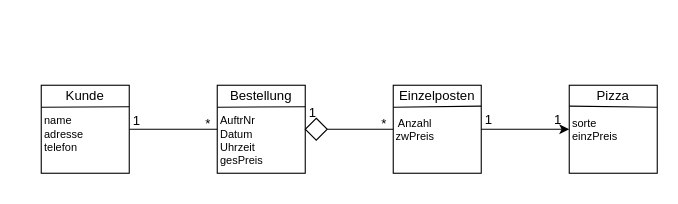
Before: Blatt1/Aufgabe1/Pizza.drawio in noscre/SoftwareEngineering19-20, a draw.io diagram. Source tidied: cells renumbered, new cells numbered last; positions are measured from the earlier drawing's top-left corner, leaving out a move shared by most shapes. Both pictures are drawn from the tidied source at 110%, with x=0, y=0 at pixel (41, 85).
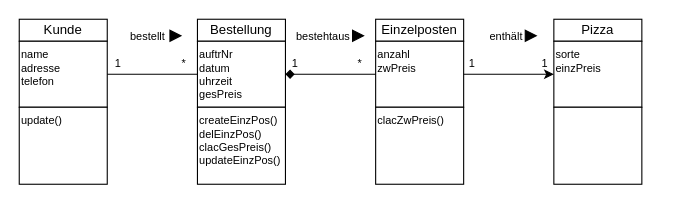
Above is the later version.

Commit message:
Update Pizza.drawio; added methods; updated associations

What changed in the source:
```diff
@@
-    <mxCell id="2" style="whiteSpace=wrap;html=1;" parent="1" vertex="1">
-      <mxGeometry x="160" width="80" height="80" as="geometry" />
-    </mxCell>
-    <mxCell id="3" style="endArrow=none;html=1;exitX=0;exitY=0.25;exitDx=0;exitDy=0;" parent="1" edge="1" source="2">
-      <mxGeometry relative="1" as="geometry">
-        <mxPoint x="240" y="19.5" as="targetPoint" />
-      </mxGeometry>
-    </mxCell>
-    <mxCell id="4" value="&lt;div align=&quot;center&quot;&gt;Bestellung&lt;/div&gt;" style="text;html=1;strokeColor=none;fillColor=none;align=center;verticalAlign=middle;whiteSpace=wrap;rounded=0;" parent="1" vertex="1">
-      <mxGeometry x="180" width="40" height="20" as="geometry" />
-    </mxCell>
-    <mxCell id="5" style="whiteSpace=wrap;html=1;" parent="1" vertex="1">
-      <mxGeometry x="320" width="80" height="80" as="geometry" />
-    </mxCell>
-    <mxCell id="6" style="endArrow=none;html=1;exitX=0;exitY=0.25;exitDx=0;exitDy=0;" parent="1" edge="1" source="5">
-      <mxGeometry relative="1" as="geometry">
-        <mxPoint x="400" y="19" as="targetPoint" />
-      </mxGeometry>
-    </mxCell>
-    <mxCell id="7" style="whiteSpace=wrap;html=1;" parent="1" vertex="1">
-      <mxGeometry x="480" width="80" height="80" as="geometry" />
-    </mxCell>
-    <mxCell id="8" style="endArrow=none;html=1;entryX=1;entryY=0.25;entryDx=0;entryDy=0;" parent="1" edge="1" target="7">
-      <mxGeometry relative="1" as="geometry">
-        <mxPoint x="480" y="19" as="sourcePoint" />
-      </mxGeometry>
-    </mxCell>
-    <mxCell id="9" value="&lt;div&gt;Einzelposten&lt;/div&gt;" style="text;html=1;strokeColor=none;fillColor=none;align=center;verticalAlign=middle;whiteSpace=wrap;rounded=0;" parent="1" vertex="1">
-      <mxGeometry x="340" width="40" height="20" as="geometry" />
-    </mxCell>
-    <mxCell id="10" value="Pizza" style="text;html=1;strokeColor=none;fillColor=none;align=center;verticalAlign=middle;whiteSpace=wrap;rounded=0;" parent="1" vertex="1">
-      <mxGeometry x="500" width="40" height="20" as="geometry" />
-    </mxCell>
-    <mxCell id="11" style="endArrow=none;html=1;" parent="1" edge="1">
-      <mxGeometry relative="1" as="geometry">
-        <mxPoint x="80" y="40" as="sourcePoint" />
-        <mxPoint x="160" y="40" as="targetPoint" />
-      </mxGeometry>
-    </mxCell>
-    <mxCell id="12" style="endArrow=none;html=1;" parent="1" edge="1">
-      <mxGeometry relative="1" as="geometry">
-        <mxPoint x="260" y="40" as="sourcePoint" />
-        <mxPoint x="320" y="40" as="targetPoint" />
-      </mxGeometry>
-    </mxCell>
-    <mxCell id="13" style="rhombus;whiteSpace=wrap;html=1;" parent="1" vertex="1">
-      <mxGeometry x="240" y="30" width="20" height="20" as="geometry" />
-    </mxCell>
-    <mxCell id="14" value="1" style="text;html=1;strokeColor=none;fillColor=none;align=center;verticalAlign=middle;whiteSpace=wrap;rounded=0;" parent="1" vertex="1">
-      <mxGeometry x="227" y="15" width="40" height="20" as="geometry" />
-    </mxCell>
-    <mxCell id="15" value="*" style="text;html=1;strokeColor=none;fillColor=none;align=center;verticalAlign=middle;whiteSpace=wrap;rounded=0;" parent="1" vertex="1">
-      <mxGeometry x="132" y="25" width="40" height="20" as="geometry" />
-    </mxCell>
-    <mxCell id="16" value="*" style="text;html=1;strokeColor=none;fillColor=none;align=center;verticalAlign=middle;whiteSpace=wrap;rounded=0;" parent="1" vertex="1">
-      <mxGeometry x="292" y="24.5" width="40" height="20" as="geometry" />
-    </mxCell>
-    <mxCell id="17" value="1" style="text;html=1;strokeColor=none;fillColor=none;align=center;verticalAlign=middle;whiteSpace=wrap;rounded=0;" parent="1" vertex="1">
-      <mxGeometry x="387" y="22" width="40" height="20" as="geometry" />
-    </mxCell>
-    <mxCell id="18" value="1" style="text;html=1;strokeColor=none;fillColor=none;align=center;verticalAlign=middle;whiteSpace=wrap;rounded=0;" parent="1" vertex="1">
-      <mxGeometry x="450" y="22" width="40" height="20" as="geometry" />
-    </mxCell>
-    <mxCell id="19" value="&lt;div&gt;AuftrNr&lt;/div&gt;&lt;div&gt;Datum&lt;/div&gt;&lt;div&gt;Uhrzeit&lt;/div&gt;&lt;div&gt;gesPreis&lt;br&gt;&lt;/div&gt;" style="text;html=1;strokeColor=none;fillColor=none;align=left;verticalAlign=top;whiteSpace=wrap;rounded=0;fontSize=10;" parent="1" vertex="1">
-      <mxGeometry x="161" y="20" width="80" height="40" as="geometry" />
-    </mxCell>
-    <mxCell id="20" value="&lt;div&gt;Anzahl&lt;/div&gt;&lt;div&gt;zwPreis&lt;br&gt;&lt;/div&gt;" style="text;html=1;strokeColor=none;fillColor=none;align=center;verticalAlign=middle;whiteSpace=wrap;rounded=0;fontSize=10;" parent="1" vertex="1">
-      <mxGeometry x="320" y="30" width="40" height="20" as="geometry" />
-    </mxCell>
-    <mxCell id="21" style="whiteSpace=wrap;html=1;" parent="1" vertex="1">
-      <mxGeometry width="80" height="80" as="geometry" />
-    </mxCell>
-    <mxCell id="22" style="endArrow=none;html=1;exitX=0;exitY=0.25;exitDx=0;exitDy=0;" parent="1" edge="1" source="21">
-      <mxGeometry relative="1" as="geometry">
-        <mxPoint x="80" y="19.5" as="targetPoint" />
-      </mxGeometry>
-    </mxCell>
-    <mxCell id="23" value="Kunde" style="text;html=1;strokeColor=none;fillColor=none;align=center;verticalAlign=middle;whiteSpace=wrap;rounded=0;" parent="1" vertex="1">
-      <mxGeometry x="20" width="40" height="20" as="geometry" />
+    <mxCell id="23" value="Kunde" style="rounded=0;whiteSpace=wrap;html=1;" parent="1" vertex="1">
+      <mxGeometry x="-20" y="-60" width="80" height="20" as="geometry" />
     </mxCell>
-    <mxCell id="24" value="&lt;div&gt;name&lt;/div&gt;&lt;div&gt;adresse&lt;/div&gt;&lt;div&gt;telefon&lt;br&gt;&lt;/div&gt;" style="text;html=1;strokeColor=none;fillColor=none;align=left;verticalAlign=top;whiteSpace=wrap;rounded=0;fontSize=10;" parent="1" vertex="1">
-      <mxGeometry x="1" y="20" width="80" height="40" as="geometry" />
+    <mxCell id="24" value="&lt;div style=&quot;font-size: 10px;&quot;&gt;name&lt;/div&gt;&lt;div style=&quot;font-size: 10px;&quot;&gt;adresse&lt;/div&gt;&lt;div style=&quot;font-size: 10px;&quot; align=&quot;left&quot;&gt;telefon&lt;br style=&quot;font-size: 10px;&quot;&gt;&lt;/div&gt;" style="rounded=0;whiteSpace=wrap;html=1;align=left;verticalAlign=top;fontSize=10;" parent="1" vertex="1">
+      <mxGeometry x="-20" y="-40" width="80" height="60" as="geometry" />
     </mxCell>
-    <mxCell id="25" value="1" style="text;html=1;strokeColor=none;fillColor=none;align=center;verticalAlign=middle;whiteSpace=wrap;rounded=0;" parent="1" vertex="1">
-      <mxGeometry x="67" y="23" width="40" height="20" as="geometry" />
-    </mxCell>
+    <mxCell id="28" value="update()" style="rounded=0;whiteSpace=wrap;html=1;fontSize=10;align=left;verticalAlign=top;" parent="1" vertex="1">
+      <mxGeometry x="-20" y="20" width="80" height="70" as="geometry" />
+    </mxCell>
+    <mxCell id="4" value="Bestellung" style="rounded=0;whiteSpace=wrap;html=1;" parent="1" vertex="1">
+      <mxGeometry x="142" y="-60" width="80" height="20" as="geometry" />
+    </mxCell>
+    <mxCell id="29" value="&lt;div style=&quot;font-size: 10px&quot;&gt;auftrNr&lt;/div&gt;&lt;div style=&quot;font-size: 10px&quot;&gt;datum&lt;/div&gt;&lt;div style=&quot;font-size: 10px&quot;&gt;uhrzeit&lt;/div&gt;&lt;div style=&quot;font-size: 10px&quot;&gt;gesPreis&lt;br style=&quot;font-size: 10px&quot;&gt;&lt;/div&gt;" style="rounded=0;whiteSpace=wrap;html=1;align=left;verticalAlign=top;fontSize=10;" parent="1" vertex="1">
+      <mxGeometry x="142" y="-40" width="80" height="60" as="geometry" />
+    </mxCell>
+    <mxCell id="30" value="&lt;div&gt;createEinzPos()&lt;/div&gt;&lt;div&gt;delEinzPos()&lt;br&gt;&lt;/div&gt;&lt;div&gt;clacGesPreis()&lt;br&gt;&lt;/div&gt;&lt;div&gt;updateEinzPos()&lt;br&gt;&lt;/div&gt;" style="rounded=0;whiteSpace=wrap;html=1;fontSize=10;verticalAlign=top;align=left;" parent="1" vertex="1">
+      <mxGeometry x="142" y="20" width="80" height="70" as="geometry" />
+    </mxCell>
+    <mxCell id="9" value="Einzelposten" style="rounded=0;whiteSpace=wrap;html=1;" parent="1" vertex="1">
+      <mxGeometry x="304" y="-60" width="80" height="20" as="geometry" />
+    </mxCell>
+    <mxCell id="31" value="&lt;div style=&quot;font-size: 10px&quot; align=&quot;left&quot;&gt;&lt;font style=&quot;font-size: 10px&quot;&gt;anzahl&lt;/font&gt;&lt;/div&gt;&lt;div style=&quot;font-size: 10px&quot;&gt;&lt;font style=&quot;font-size: 10px&quot;&gt;zwPreis&lt;br style=&quot;font-size: 10px&quot;&gt;&lt;/font&gt;&lt;/div&gt;" style="rounded=0;whiteSpace=wrap;html=1;fontSize=10;align=left;verticalAlign=top;" parent="1" vertex="1">
+      <mxGeometry x="304" y="-40" width="80" height="60" as="geometry" />
+    </mxCell>
+    <mxCell id="32" value="clacZwPreis()" style="rounded=0;whiteSpace=wrap;html=1;verticalAlign=top;align=left;fontSize=10;" parent="1" vertex="1">
+      <mxGeometry x="304" y="20" width="80" height="70" as="geometry" />
+    </mxCell>
+    <mxCell id="10" value="Pizza" style="rounded=0;whiteSpace=wrap;html=1;" parent="1" vertex="1">
+      <mxGeometry x="466" y="-60" width="80" height="20" as="geometry" />
+    </mxCell>
-    <mxCell id="26" value="&lt;div&gt;sorte&lt;/div&gt;&lt;div&gt;einzPreis&lt;br&gt;&lt;/div&gt;" style="text;html=1;strokeColor=none;fillColor=none;align=left;verticalAlign=top;whiteSpace=wrap;rounded=0;fontSize=10;" parent="1" vertex="1">
-      <mxGeometry x="481" y="22" width="40" height="20" as="geometry" />
+    <mxCell id="26" value="&lt;div style=&quot;font-size: 10px;&quot;&gt;sorte&lt;/div&gt;&lt;div style=&quot;font-size: 10px;&quot;&gt;einzPreis&lt;br style=&quot;font-size: 10px;&quot;&gt;&lt;/div&gt;" style="rounded=0;whiteSpace=wrap;html=1;fontSize=10;align=left;verticalAlign=top;" parent="1" vertex="1">
+      <mxGeometry x="466" y="-40" width="80" height="60" as="geometry" />
     </mxCell>
-    <mxCell id="27" style="endArrow=classic;html=1;" parent="1" edge="1">
-      <mxGeometry relative="1" as="geometry">
-        <mxPoint x="400" y="40" as="sourcePoint" />
-        <mxPoint x="480" y="40" as="targetPoint" />
-      </mxGeometry>
-    </mxCell>
+    <mxCell id="33" style="rounded=0;whiteSpace=wrap;html=1;" parent="1" vertex="1">
+      <mxGeometry x="466" y="20" width="80" height="70" as="geometry" />
+    </mxCell>
+    <mxCell id="34" style="endArrow=none;html=1;fontSize=10;exitX=1;exitY=0.5;exitDx=0;exitDy=0;entryX=0;entryY=0.5;entryDx=0;entryDy=0;" parent="1" edge="1" source="24" target="29">
+      <mxGeometry relative="1" as="geometry" />
+    </mxCell>
+    <mxCell id="35" style="endArrow=none;html=1;fontSize=10;exitX=1;exitY=0.5;exitDx=0;exitDy=0;entryX=0;entryY=0.5;entryDx=0;entryDy=0;startArrow=diamond;startFill=1;" parent="1" edge="1">
+      <mxGeometry relative="1" as="geometry">
+        <mxPoint x="222" y="-10" as="sourcePoint" />
+        <mxPoint x="304" y="-10" as="targetPoint" />
+      </mxGeometry>
+    </mxCell>
+    <mxCell id="36" style="endArrow=classic;html=1;fontSize=10;entryX=0;entryY=0.5;entryDx=0;entryDy=0;" parent="1" edge="1" target="26">
+      <mxGeometry relative="1" as="geometry">
+        <mxPoint x="384" y="-10" as="sourcePoint" />
+      </mxGeometry>
+    </mxCell>
+    <mxCell id="37" value="1" style="text;html=1;strokeColor=none;fillColor=none;align=center;verticalAlign=middle;whiteSpace=wrap;rounded=0;fontSize=10;" parent="1" vertex="1">
+      <mxGeometry x="50" y="-30" width="40" height="20" as="geometry" />
+    </mxCell>
+    <mxCell id="38" value="*" style="text;html=1;strokeColor=none;fillColor=none;align=center;verticalAlign=middle;whiteSpace=wrap;rounded=0;fontSize=10;" parent="1" vertex="1">
+      <mxGeometry x="110" y="-30" width="40" height="20" as="geometry" />
+    </mxCell>
+    <mxCell id="39" value="1" style="text;html=1;strokeColor=none;fillColor=none;align=center;verticalAlign=middle;whiteSpace=wrap;rounded=0;fontSize=10;" parent="1" vertex="1">
+      <mxGeometry x="210.5" y="-30" width="40" height="20" as="geometry" />
+    </mxCell>
+    <mxCell id="40" value="*" style="text;html=1;strokeColor=none;fillColor=none;align=center;verticalAlign=middle;whiteSpace=wrap;rounded=0;fontSize=10;" parent="1" vertex="1">
+      <mxGeometry x="270" y="-30" width="40" height="20" as="geometry" />
+    </mxCell>
+    <mxCell id="41" value="1" style="text;html=1;strokeColor=none;fillColor=none;align=center;verticalAlign=middle;whiteSpace=wrap;rounded=0;fontSize=10;" parent="1" vertex="1">
+      <mxGeometry x="372" y="-30" width="40" height="20" as="geometry" />
+    </mxCell>
+    <mxCell id="42" value="1" style="text;html=1;strokeColor=none;fillColor=none;align=center;verticalAlign=middle;whiteSpace=wrap;rounded=0;fontSize=10;" parent="1" vertex="1">
+      <mxGeometry x="438" y="-30" width="40" height="20" as="geometry" />
+    </mxCell>
+    <mxCell id="43" style="triangle;whiteSpace=wrap;html=1;fontSize=10;align=left;fillColor=#000000;" parent="1" vertex="1">
+      <mxGeometry x="117" y="-50" width="10" height="10" as="geometry" />
+    </mxCell>
+    <mxCell id="44" value="bestellt" style="text;html=1;strokeColor=none;fillColor=none;align=center;verticalAlign=middle;whiteSpace=wrap;rounded=0;fontSize=10;" parent="1" vertex="1">
+      <mxGeometry x="77" y="-55" width="40" height="20" as="geometry" />
+    </mxCell>
+    <mxCell id="45" style="triangle;whiteSpace=wrap;html=1;fontSize=10;align=left;fillColor=#000000;" parent="1" vertex="1">
+      <mxGeometry x="283" y="-50" width="10" height="10" as="geometry" />
+    </mxCell>
+    <mxCell id="46" value="bestehtaus" style="text;html=1;strokeColor=none;fillColor=none;align=right;verticalAlign=middle;whiteSpace=wrap;rounded=0;fontSize=10;" parent="1" vertex="1">
+      <mxGeometry x="243" y="-55" width="40" height="20" as="geometry" />
+    </mxCell>
+    <mxCell id="47" style="triangle;whiteSpace=wrap;html=1;fontSize=10;align=left;fillColor=#000000;" parent="1" vertex="1">
+      <mxGeometry x="440" y="-50" width="10" height="10" as="geometry" />
+    </mxCell>
+    <mxCell id="48" value="enthält" style="text;html=1;strokeColor=none;fillColor=none;align=right;verticalAlign=middle;whiteSpace=wrap;rounded=0;fontSize=10;" parent="1" vertex="1">
+      <mxGeometry x="400" y="-55" width="40" height="20" as="geometry" />
+    </mxCell>
```
